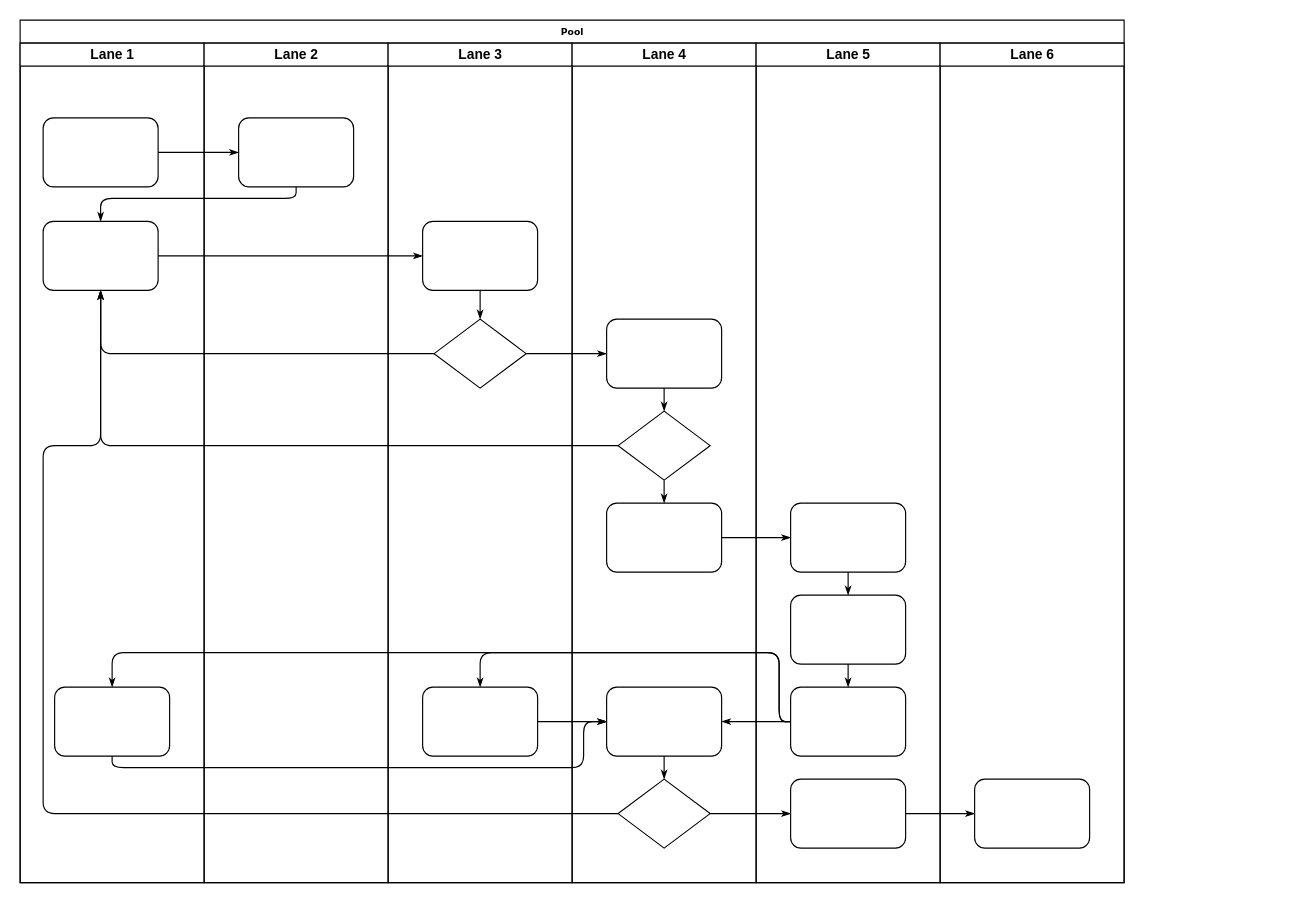
chenyanxi/hosts keeps this draw.io diagram as data/五子醉控制盒流程.drawio. Above is the earlier version. Source tidied: cells renumbered, new cells numbered last; positions are measured from the earlier drawing's top-left corner, leaving out a move shared by most shapes. Both pictures are drawn from the tidied source at 115%, with x=0, y=0 at pixel (20, 20).
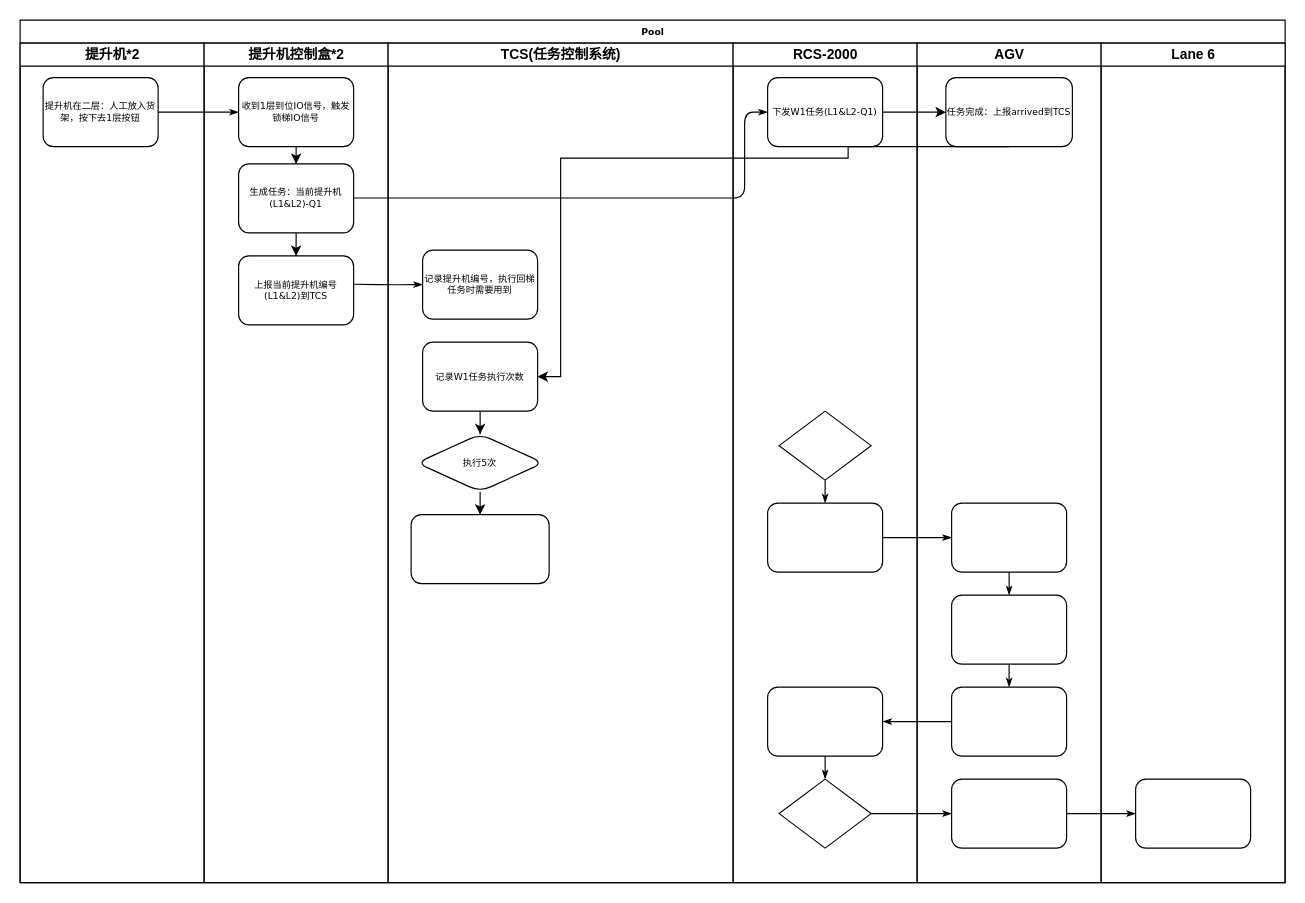
The same diagram, later.

Commit message:
更新五子醉控制盒流程.drawio

The change refers to these unchanged cells:
```xml
<mxCell id="31" style="rhombus;whiteSpace=wrap;html=1;rounded=0;shadow=0;labelBackgroundColor=none;strokeWidth=1;fontFamily=Verdana;fontSize=8;align=center;" parent="29" vertex="1">
  <mxGeometry x="40" y="320" width="80" height="60" as="geometry" />
</mxCell>
<mxCell id="33" style="rounded=1;whiteSpace=wrap;html=1;shadow=0;labelBackgroundColor=none;strokeWidth=1;fontFamily=Verdana;fontSize=8;align=center;" parent="29" vertex="1">
  <mxGeometry x="30" y="560" width="100" height="60" as="geometry" />
</mxCell>
<mxCell id="34" style="rhombus;whiteSpace=wrap;html=1;rounded=0;shadow=0;labelBackgroundColor=none;strokeWidth=1;fontFamily=Verdana;fontSize=8;align=center;" parent="29" vertex="1">
  <mxGeometry x="40" y="640" width="80" height="60" as="geometry" />
</mxCell>
<mxCell id="41" style="rounded=1;whiteSpace=wrap;html=1;shadow=0;labelBackgroundColor=none;strokeWidth=1;fontFamily=Verdana;fontSize=8;align=center;" parent="38" vertex="1">
  <mxGeometry x="30" y="560" width="100" height="60" as="geometry" />
</mxCell>
```

Change to the diagram source:
```diff
@@
     <mxCell id="2" value="Pool" style="swimlane;html=1;startSize=20;rounded=0;shadow=0;labelBackgroundColor=none;strokeWidth=1;fontFamily=Verdana;fontSize=8;align=center;" parent="1" vertex="1">
-      <mxGeometry width="960" height="750" as="geometry" />
+      <mxGeometry width="1100" height="750" as="geometry" />
     </mxCell>
-    <mxCell id="3" value="Lane 1" style="swimlane;html=1;startSize=20;" parent="2" vertex="1">
+    <mxCell id="3" value="提升机*2" style="swimlane;html=1;startSize=20;" parent="2" vertex="1">
       <mxGeometry y="20" width="160" height="730" as="geometry" />
     </mxCell>
-    <mxCell id="4" style="rounded=1;whiteSpace=wrap;html=1;shadow=0;labelBackgroundColor=none;strokeWidth=1;fontFamily=Verdana;fontSize=8;align=center;" parent="3" vertex="1">
-      <mxGeometry x="20" y="65" width="100" height="60" as="geometry" />
+    <mxCell id="4" value="提升机在二层：人工放入货架，按下去1层按钮" style="rounded=1;whiteSpace=wrap;html=1;shadow=0;labelBackgroundColor=none;strokeWidth=1;fontFamily=Verdana;fontSize=8;align=center;" parent="3" vertex="1">
+      <mxGeometry x="20" y="30" width="100" height="60" as="geometry" />
     </mxCell>
-    <mxCell id="5" style="rounded=1;whiteSpace=wrap;html=1;shadow=0;labelBackgroundColor=none;strokeWidth=1;fontFamily=Verdana;fontSize=8;align=center;" parent="3" vertex="1">
-      <mxGeometry x="20" y="155" width="100" height="60" as="geometry" />
-    </mxCell>
-    <mxCell id="6" style="rounded=1;whiteSpace=wrap;html=1;shadow=0;labelBackgroundColor=none;strokeWidth=1;fontFamily=Verdana;fontSize=8;align=center;" parent="3" vertex="1">
-      <mxGeometry x="30" y="560" width="100" height="60" as="geometry" />
-    </mxCell>
@@
-    <mxCell id="8" style="edgeStyle=orthogonalEdgeStyle;rounded=1;html=1;labelBackgroundColor=none;startArrow=none;startFill=0;startSize=5;endArrow=classicThin;endFill=1;endSize=5;jettySize=auto;strokeWidth=1;fontFamily=Verdana;fontSize=8;" parent="2" edge="1" source="23" target="5">
-      <mxGeometry relative="1" as="geometry">
-        <Array as="points">
-          <mxPoint x="240" y="155" />
-          <mxPoint x="70" y="155" />
-        </Array>
-      </mxGeometry>
-    </mxCell>
-    <mxCell id="9" style="edgeStyle=orthogonalEdgeStyle;rounded=1;html=1;labelBackgroundColor=none;startArrow=none;startFill=0;startSize=5;endArrow=classicThin;endFill=1;endSize=5;jettySize=auto;strokeWidth=1;fontFamily=Verdana;fontSize=8;" parent="2" edge="1" source="5" target="25">
-      <mxGeometry relative="1" as="geometry" />
-    </mxCell>
-    <mxCell id="10" style="edgeStyle=orthogonalEdgeStyle;rounded=1;html=1;labelBackgroundColor=none;startArrow=none;startFill=0;startSize=5;endArrow=classicThin;endFill=1;endSize=5;jettySize=auto;strokeWidth=1;fontFamily=Verdana;fontSize=8;" parent="2" edge="1" source="26" target="5">
-      <mxGeometry relative="1" as="geometry" />
-    </mxCell>
-    <mxCell id="11" style="edgeStyle=orthogonalEdgeStyle;rounded=1;html=1;labelBackgroundColor=none;startArrow=none;startFill=0;startSize=5;endArrow=classicThin;endFill=1;endSize=5;jettySize=auto;strokeWidth=1;fontFamily=Verdana;fontSize=8;" parent="2" edge="1" source="31" target="5">
-      <mxGeometry relative="1" as="geometry" />
-    </mxCell>
-    <mxCell id="12" style="edgeStyle=orthogonalEdgeStyle;rounded=1;html=1;labelBackgroundColor=none;startArrow=none;startFill=0;startSize=5;endArrow=classicThin;endFill=1;endSize=5;jettySize=auto;strokeWidth=1;fontFamily=Verdana;fontSize=8;" parent="2" edge="1" source="34" target="5">
-      <mxGeometry relative="1" as="geometry">
-        <Array as="points">
-          <mxPoint x="20" y="690" />
-          <mxPoint x="20" y="370" />
-          <mxPoint x="70" y="370" />
-        </Array>
-      </mxGeometry>
-    </mxCell>
-    <mxCell id="13" style="edgeStyle=orthogonalEdgeStyle;rounded=1;html=1;labelBackgroundColor=none;startArrow=none;startFill=0;startSize=5;endArrow=classicThin;endFill=1;endSize=5;jettySize=auto;strokeWidth=1;fontFamily=Verdana;fontSize=8;" parent="2" edge="1" source="26" target="30">
-      <mxGeometry relative="1" as="geometry" />
-    </mxCell>
@@
-    <mxCell id="17" style="edgeStyle=orthogonalEdgeStyle;rounded=1;html=1;labelBackgroundColor=none;startArrow=none;startFill=0;startSize=5;endArrow=classicThin;endFill=1;endSize=5;jettySize=auto;strokeWidth=1;fontFamily=Verdana;fontSize=8;" parent="2" edge="1" source="41" target="27">
-      <mxGeometry relative="1" as="geometry">
-        <Array as="points">
-          <mxPoint x="660" y="610" />
-          <mxPoint x="660" y="550" />
-          <mxPoint x="400" y="550" />
-        </Array>
-      </mxGeometry>
-    </mxCell>
@@
-    <mxCell id="19" style="edgeStyle=orthogonalEdgeStyle;rounded=1;html=1;labelBackgroundColor=none;startArrow=none;startFill=0;startSize=5;endArrow=classicThin;endFill=1;endSize=5;jettySize=auto;strokeWidth=1;fontFamily=Verdana;fontSize=8;" parent="2" edge="1" source="41" target="6">
-      <mxGeometry relative="1" as="geometry">
-        <Array as="points">
-          <mxPoint x="660" y="610" />
-          <mxPoint x="660" y="550" />
-          <mxPoint x="80" y="550" />
-        </Array>
-      </mxGeometry>
-    </mxCell>
-    <mxCell id="20" style="edgeStyle=orthogonalEdgeStyle;rounded=1;html=1;labelBackgroundColor=none;startArrow=none;startFill=0;startSize=5;endArrow=classicThin;endFill=1;endSize=5;jettySize=auto;strokeWidth=1;fontFamily=Verdana;fontSize=8;" parent="2" edge="1" source="6" target="33">
-      <mxGeometry relative="1" as="geometry">
-        <Array as="points">
-          <mxPoint x="80" y="650" />
-          <mxPoint x="490" y="650" />
-          <mxPoint x="490" y="610" />
-        </Array>
-      </mxGeometry>
-    </mxCell>
-    <mxCell id="21" style="edgeStyle=orthogonalEdgeStyle;rounded=1;html=1;labelBackgroundColor=none;startArrow=none;startFill=0;startSize=5;endArrow=classicThin;endFill=1;endSize=5;jettySize=auto;strokeWidth=1;fontFamily=Verdana;fontSize=8;" parent="2" edge="1" source="27" target="33">
-      <mxGeometry relative="1" as="geometry" />
-    </mxCell>
-    <mxCell id="22" value="Lane 2" style="swimlane;html=1;startSize=20;" parent="2" vertex="1">
+    <mxCell id="22" value="提升机控制盒*2" style="swimlane;html=1;startSize=20;" parent="2" vertex="1">
       <mxGeometry x="160" y="20" width="160" height="730" as="geometry" />
     </mxCell>
+    <mxCell id="47" style="edgeStyle=orthogonalEdgeStyle;rounded=0;jettySize=auto;html=1;" parent="22" edge="1" source="23" target="49">
+      <mxGeometry relative="1" as="geometry" />
+    </mxCell>
-    <mxCell id="23" style="rounded=1;whiteSpace=wrap;html=1;shadow=0;labelBackgroundColor=none;strokeWidth=1;fontFamily=Verdana;fontSize=8;align=center;" parent="22" vertex="1">
-      <mxGeometry x="30" y="65" width="100" height="60" as="geometry" />
+    <mxCell id="23" value="收到1层到位IO信号，触发锁梯IO信号" style="rounded=1;whiteSpace=wrap;html=1;shadow=0;labelBackgroundColor=none;strokeWidth=1;fontFamily=Verdana;fontSize=8;align=center;" parent="22" vertex="1">
+      <mxGeometry x="30" y="30" width="100" height="60" as="geometry" />
     </mxCell>
+    <mxCell id="48" style="edgeStyle=orthogonalEdgeStyle;rounded=0;jettySize=auto;html=1;" parent="22" edge="1" source="49" target="50">
+      <mxGeometry relative="1" as="geometry" />
+    </mxCell>
+    <mxCell id="49" value="生成任务：当前提升机(L1&amp;amp;L2)-Q1" style="whiteSpace=wrap;html=1;fontSize=8;fontFamily=Verdana;rounded=1;shadow=0;labelBackgroundColor=none;strokeWidth=1;" parent="22" vertex="1">
+      <mxGeometry x="30" y="105" width="100" height="60" as="geometry" />
+    </mxCell>
+    <mxCell id="50" value="上报当前提升机编号(L1&amp;amp;L2)到TCS" style="whiteSpace=wrap;html=1;fontSize=8;fontFamily=Verdana;rounded=1;shadow=0;labelBackgroundColor=none;strokeWidth=1;" parent="22" vertex="1">
+      <mxGeometry x="30" y="185" width="100" height="60" as="geometry" />
+    </mxCell>
+    <mxCell id="51" style="edgeStyle=orthogonalEdgeStyle;rounded=1;html=1;labelBackgroundColor=none;startArrow=none;startFill=0;startSize=5;endArrow=classicThin;endFill=1;endSize=5;jettySize=auto;strokeWidth=1;fontFamily=Verdana;fontSize=8;entryX=0;entryY=0.5;entryDx=0;entryDy=0;" parent="22" edge="1" target="30">
+      <mxGeometry relative="1" as="geometry">
+        <mxPoint x="130" y="134.7" as="sourcePoint" />
+        <Array as="points">
+          <mxPoint x="470" y="135" />
+          <mxPoint x="470" y="60" />
+        </Array>
+      </mxGeometry>
+    </mxCell>
-    <mxCell id="24" value="Lane 3" style="swimlane;html=1;startSize=20;" parent="2" vertex="1">
-      <mxGeometry x="320" y="20" width="160" height="730" as="geometry" />
+    <mxCell id="24" value="TCS(任务控制系统)" style="swimlane;html=1;startSize=20;" parent="2" vertex="1">
+      <mxGeometry x="320" y="20" width="300" height="730" as="geometry" />
     </mxCell>
-    <mxCell id="25" style="rounded=1;whiteSpace=wrap;html=1;shadow=0;labelBackgroundColor=none;strokeWidth=1;fontFamily=Verdana;fontSize=8;align=center;" parent="24" vertex="1">
-      <mxGeometry x="30" y="155" width="100" height="60" as="geometry" />
+    <mxCell id="25" value="记录提升机编号，执行回梯任务时需要用到" style="rounded=1;whiteSpace=wrap;html=1;shadow=0;labelBackgroundColor=none;strokeWidth=1;fontFamily=Verdana;fontSize=8;align=center;" parent="24" vertex="1">
+      <mxGeometry x="30" y="180" width="100" height="60" as="geometry" />
     </mxCell>
-    <mxCell id="26" style="rhombus;whiteSpace=wrap;html=1;rounded=0;shadow=0;labelBackgroundColor=none;strokeWidth=1;fontFamily=Verdana;fontSize=8;align=center;" parent="24" vertex="1">
-      <mxGeometry x="40" y="240" width="80" height="60" as="geometry" />
-    </mxCell>
-    <mxCell id="27" style="rounded=1;whiteSpace=wrap;html=1;shadow=0;labelBackgroundColor=none;strokeWidth=1;fontFamily=Verdana;fontSize=8;align=center;" parent="24" vertex="1">
-      <mxGeometry x="30" y="560" width="100" height="60" as="geometry" />
-    </mxCell>
-    <mxCell id="28" style="edgeStyle=orthogonalEdgeStyle;rounded=1;html=1;labelBackgroundColor=none;startArrow=none;startFill=0;startSize=5;endArrow=classicThin;endFill=1;endSize=5;jettySize=auto;strokeWidth=1;fontFamily=Verdana;fontSize=8;" parent="24" edge="1" source="25" target="26">
-      <mxGeometry relative="1" as="geometry" />
-    </mxCell>
+    <mxCell id="52" style="edgeStyle=orthogonalEdgeStyle;rounded=1;html=1;labelBackgroundColor=none;startArrow=none;startFill=0;startSize=5;endArrow=classicThin;endFill=1;endSize=5;jettySize=auto;orthogonalLoop=1;strokeWidth=1;fontFamily=Verdana;fontSize=8;" parent="24" edge="1">
+      <mxGeometry relative="1" as="geometry">
+        <mxPoint x="-30" y="209.7" as="sourcePoint" />
+        <mxPoint x="30" y="210" as="targetPoint" />
+      </mxGeometry>
+    </mxCell>
+    <mxCell id="53" style="edgeStyle=orthogonalEdgeStyle;rounded=0;jettySize=auto;html=1;" parent="24" edge="1" source="54" target="56">
+      <mxGeometry relative="1" as="geometry" />
+    </mxCell>
+    <mxCell id="54" value="记录W1任务执行次数" style="whiteSpace=wrap;html=1;fontSize=8;fontFamily=Verdana;rounded=1;shadow=0;labelBackgroundColor=none;strokeWidth=1;" parent="24" vertex="1">
+      <mxGeometry x="30" y="260" width="100" height="60" as="geometry" />
+    </mxCell>
+    <mxCell id="55" style="edgeStyle=orthogonalEdgeStyle;rounded=0;jettySize=auto;html=1;" parent="24" edge="1" source="56" target="57">
+      <mxGeometry relative="1" as="geometry" />
+    </mxCell>
+    <mxCell id="56" value="执行5次" style="rhombus;whiteSpace=wrap;html=1;fontSize=8;fontFamily=Verdana;rounded=1;shadow=0;labelBackgroundColor=none;strokeWidth=1;" parent="24" vertex="1">
+      <mxGeometry x="25" y="340" width="110" height="50" as="geometry" />
+    </mxCell>
+    <mxCell id="57" style="whiteSpace=wrap;html=1;fontSize=8;fontFamily=Verdana;rounded=1;shadow=0;labelBackgroundColor=none;strokeWidth=1;" parent="24" vertex="1">
+      <mxGeometry x="20" y="410" width="120" height="60" as="geometry" />
+    </mxCell>
-    <mxCell id="29" value="Lane 4" style="swimlane;html=1;startSize=20;" parent="2" vertex="1">
-      <mxGeometry x="480" y="20" width="160" height="730" as="geometry" />
+    <mxCell id="29" value="RCS-2000" style="swimlane;html=1;startSize=20;" parent="2" vertex="1">
+      <mxGeometry x="620" y="20" width="160" height="730" as="geometry" />
     </mxCell>
-    <mxCell id="30" style="rounded=1;whiteSpace=wrap;html=1;shadow=0;labelBackgroundColor=none;strokeWidth=1;fontFamily=Verdana;fontSize=8;align=center;" parent="29" vertex="1">
-      <mxGeometry x="30" y="240" width="100" height="60" as="geometry" />
+    <mxCell id="30" value="下发W1任务(L1&amp;amp;L2-Q1)" style="rounded=1;whiteSpace=wrap;html=1;shadow=0;labelBackgroundColor=none;strokeWidth=1;fontFamily=Verdana;fontSize=8;align=center;" parent="29" vertex="1">
+      <mxGeometry x="30" y="30" width="100" height="60" as="geometry" />
     </mxCell>
@@
-    <mxCell id="35" style="edgeStyle=orthogonalEdgeStyle;rounded=1;html=1;labelBackgroundColor=none;startArrow=none;startFill=0;startSize=5;endArrow=classicThin;endFill=1;endSize=5;jettySize=auto;strokeColor=#000000;strokeWidth=1;fontFamily=Verdana;fontSize=8;fontColor=#000000;" parent="29" edge="1" source="30" target="31">
-      <mxGeometry relative="1" as="geometry" />
-    </mxCell>
@@
-    <mxCell id="38" value="Lane 5" style="swimlane;html=1;startSize=20;" parent="2" vertex="1">
-      <mxGeometry x="640" y="20" width="160" height="730" as="geometry" />
+    <mxCell id="38" value="AGV" style="swimlane;html=1;startSize=20;" parent="2" vertex="1">
+      <mxGeometry x="780" y="20" width="160" height="730" as="geometry" />
     </mxCell>
@@
+    <mxCell id="58" value="任务完成：上报arrived到TCS" style="whiteSpace=wrap;html=1;fontSize=8;fontFamily=Verdana;rounded=1;shadow=0;labelBackgroundColor=none;strokeWidth=1;" parent="38" vertex="1">
+      <mxGeometry x="25" y="30" width="110" height="60" as="geometry" />
+    </mxCell>
     <mxCell id="45" value="Lane 6" style="swimlane;html=1;startSize=20;" parent="2" vertex="1">
-      <mxGeometry x="800" y="20" width="160" height="730" as="geometry" />
+      <mxGeometry x="940" y="20" width="160" height="730" as="geometry" />
     </mxCell>
@@
+    <mxCell id="59" style="edgeStyle=orthogonalEdgeStyle;rounded=0;jettySize=auto;html=1;" parent="2" edge="1" source="30" target="58">
+      <mxGeometry relative="1" as="geometry" />
+    </mxCell>
+    <mxCell id="60" style="edgeStyle=orthogonalEdgeStyle;rounded=0;jettySize=auto;html=1;exitX=0.5;exitY=1;exitDx=0;exitDy=0;entryX=1;entryY=0.5;entryDx=0;entryDy=0;" parent="2" edge="1" source="58" target="54">
+      <mxGeometry relative="1" as="geometry">
+        <Array as="points">
+          <mxPoint x="720" y="120" />
+          <mxPoint x="470" y="120" />
+          <mxPoint x="470" y="310" />
+        </Array>
+      </mxGeometry>
+    </mxCell>
```
